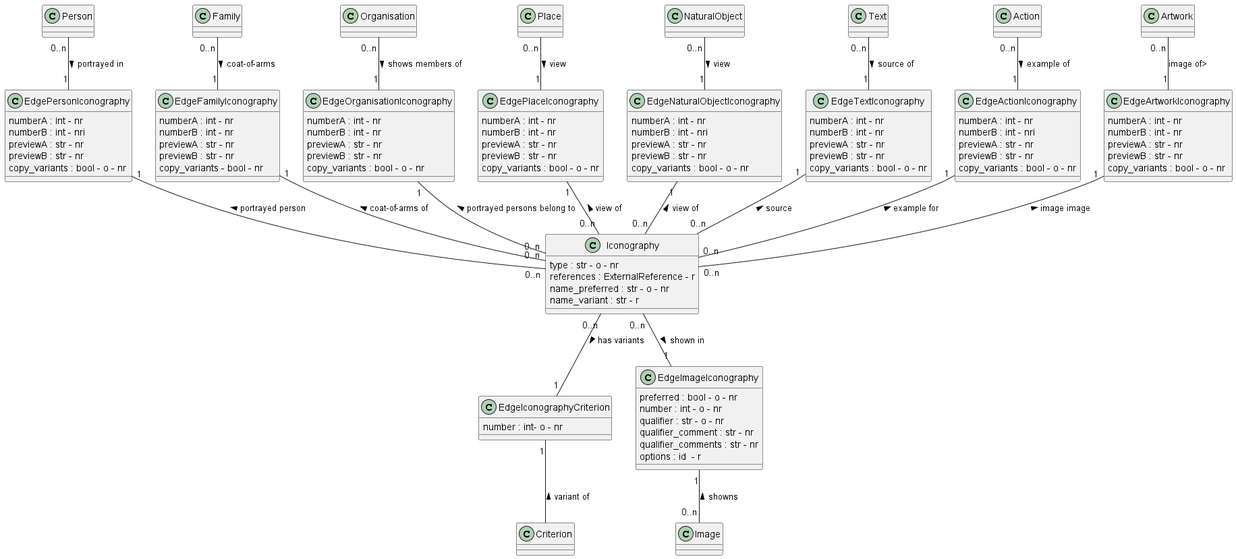
Above: documentation/class_diagrams/Iconography.png in tmasch/bpf_be (PlantUML), before the change.
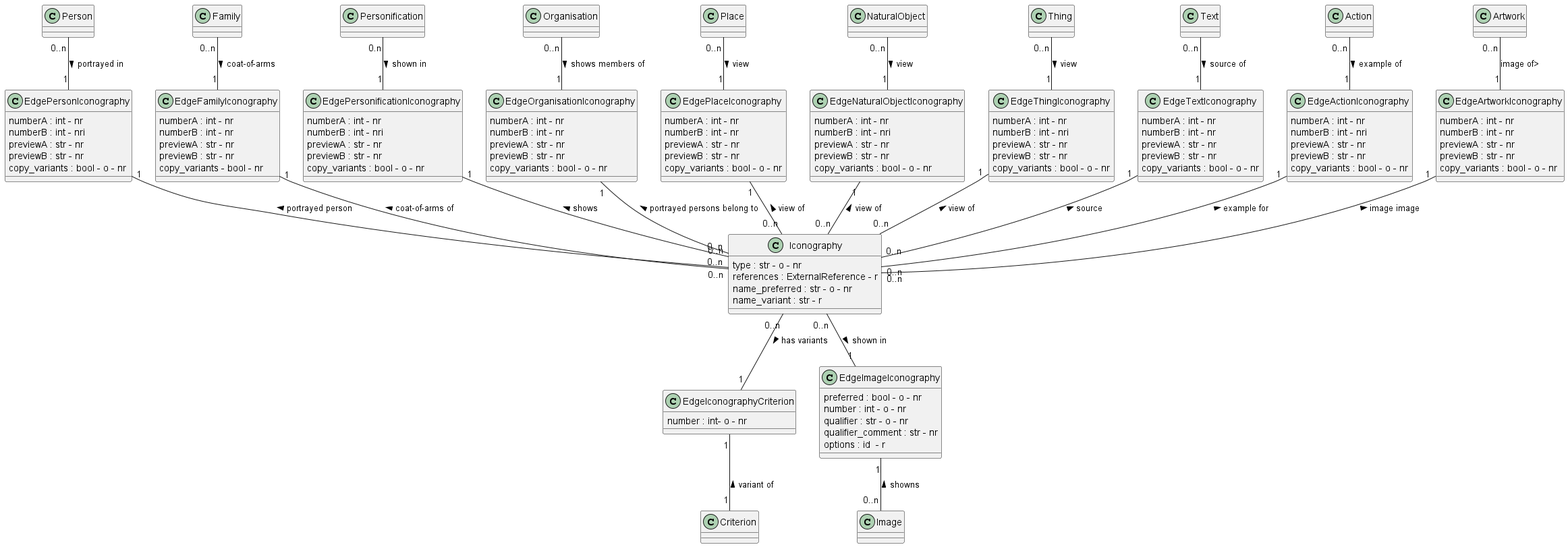
The same file after the commit.

Change to the diagram source:
```diff
@@ -14,6 +14,8 @@
 class Place
 
 class NaturalObject
+
+class Thing
 
 class Text
 
@@ -39,6 +41,13 @@
 EdgeFamilyIconography : previewB : str - nr
 EdgeFamilyIconography : copy_variants - bool - nr
 
+class EdgePersonificationIconography
+EdgePersonificationIconography : numberA : int - nr
+EdgePersonificationIconography : numberB : int - nri
+EdgePersonificationIconography : previewA : str - nr
+EdgePersonificationIconography : previewB : str - nr
+EdgePersonificationIconography : copy_variants : bool - o - nr
+
 class EdgeOrganisationIconography
 EdgeOrganisationIconography : numberA : int - nr
 EdgeOrganisationIconography : numberB : int - nr
@@ -59,6 +68,13 @@
 EdgeNaturalObjectIconography : previewA : str - nr
 EdgeNaturalObjectIconography : previewB : str - nr
 EdgeNaturalObjectIconography : copy_variants : bool - o - nr
+
+class EdgeThingIconography
+EdgeThingIconography : numberA : int - nr
+EdgeThingIconography : numberB : int - nri
+EdgeThingIconography : previewA : str - nr
+EdgeThingIconography : previewB : str - nr
+EdgeThingIconography : copy_variants : bool - o - nr
 
 class EdgeTextIconography
 EdgeTextIconography : numberA : int - nr
@@ -89,7 +105,6 @@
 EdgeImageIconography : number : int - o - nr
 EdgeImageIconography : qualifier : str - o - nr
 EdgeImageIconography : qualifier_comment : str - nr
-EdgeImageIconography : qualifier_comments : str - nr
 EdgeImageIconography : options : id  - r
 
 
@@ -100,6 +115,9 @@
 Family "0..n" -- "1" EdgeFamilyIconography : coat-of-arms >
 EdgeFamilyIconography "1" -- "0..n" Iconography : coat-of-arms of <
 
+Personification "0.n" -- "1" EdgePersonificationIconography : shown in >
+EdgePersonificationIconography "1" -- "0..n" Iconography : shows <
+
 Organisation "0..n" -- "1" EdgeOrganisationIconography : shows members of >
 EdgeOrganisationIconography "1" -- "0..n" Iconography : portrayed persons belong to <
 
@@ -108,6 +126,9 @@
 
 NaturalObject "0..n" -- "1" EdgeNaturalObjectIconography : view >
 EdgeNaturalObjectIconography "1" -- "0..n" Iconography : view of <
+
+Thing "0..n" -- "1" EdgeThingIconography : view >
+EdgeThingIconography "1" -- "0..n" Iconography : view of <
 
 Text "0..n" -- "1" EdgeTextIconography : source of >
 EdgeTextIconography "1" -- "0..n" Iconography : source <
@@ -119,7 +140,7 @@
 EdgeArtworkIconography "1" -- "0..n" Iconography : image image <
 
 Iconography "0..n" -- "1" EdgeIconographyCriterion : has variants >
-EdgeIconographyCriterion "1" -- Criterion : variant of <
+EdgeIconographyCriterion "1" -- "1" Criterion : variant of <
 
 Iconography "0..n" -- "1" EdgeImageIconography : shown in >
 EdgeImageIconography "1" -- "0..n" Image : showns  <
```
